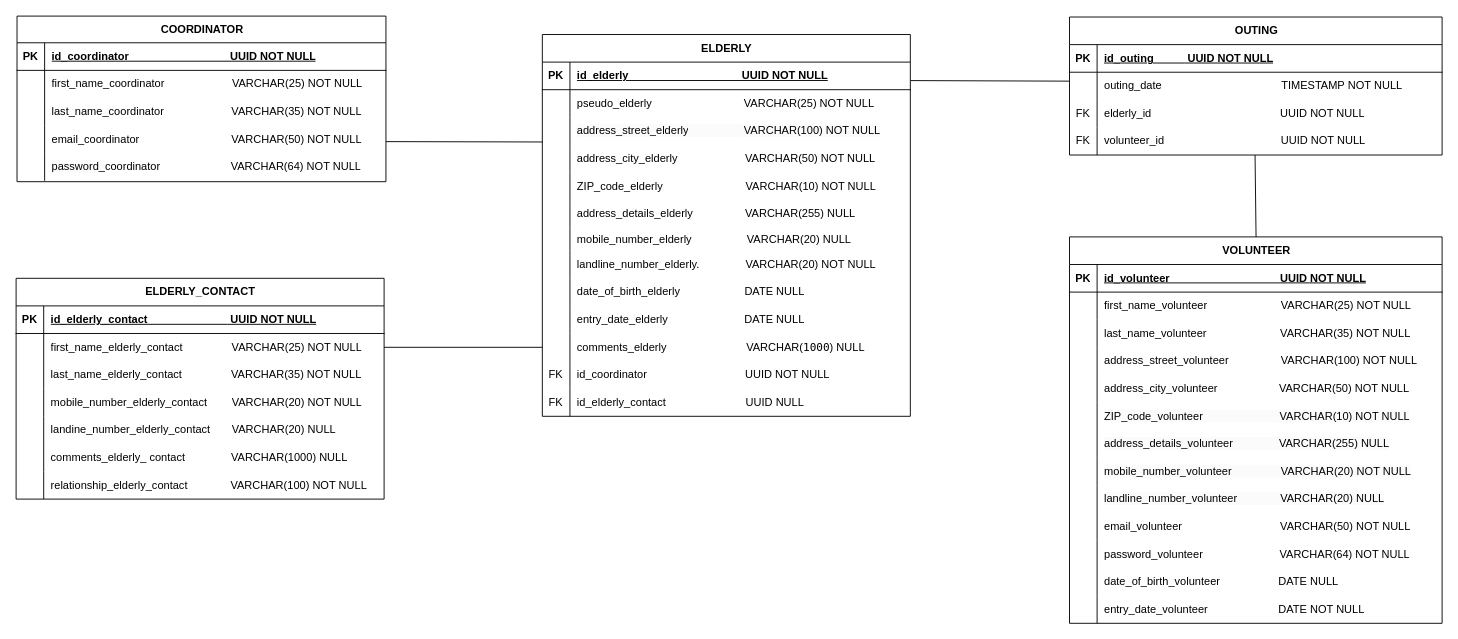
This is page "MPD_MaE" (3 of 4) of MCD_MaE.drawio from AnneGicquel/MCD_Marche_avec_Eliane, a draw.io file, before an edit. Source tidied: cells renumbered, new cells numbered last; positions are measured from the earlier drawing's top-left corner, leaving out a move shared by most shapes. Both pictures are drawn from the tidied source at 92%, with x=0, y=0 at pixel (16, 16).
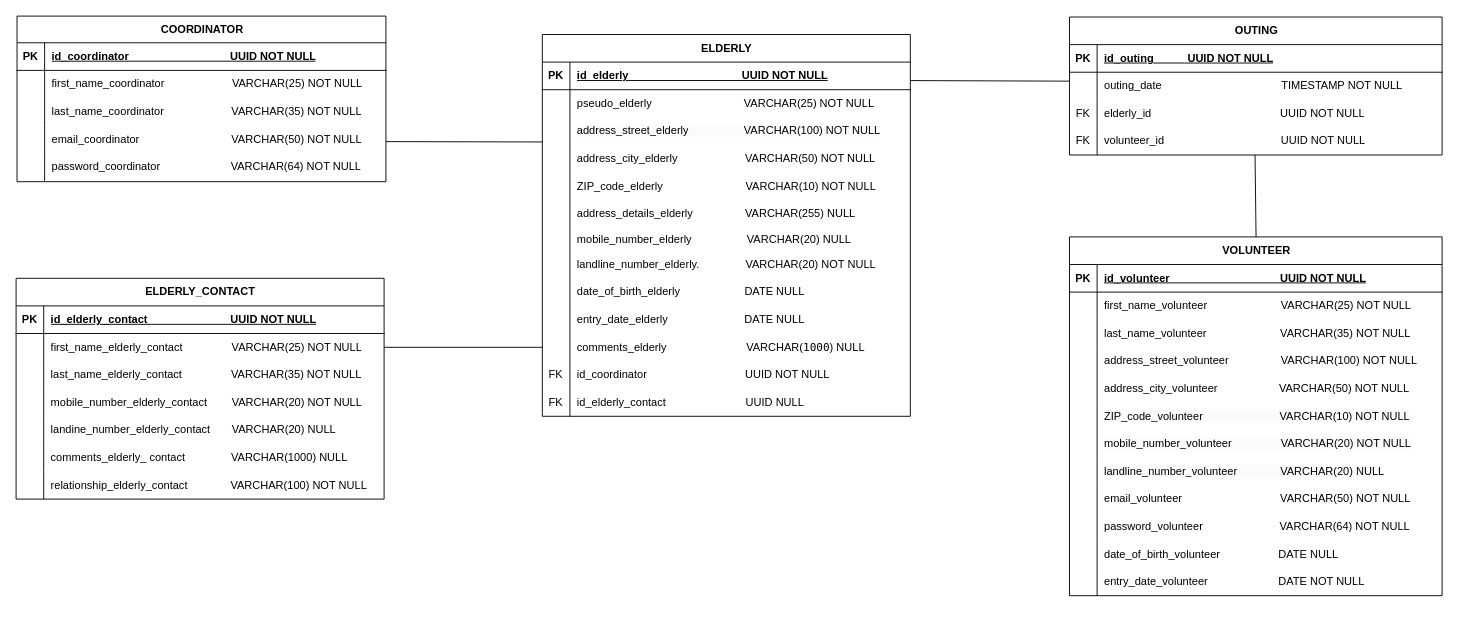
After the change.

Change to the diagram source:
```diff
@@
     <mxCell id="100" value="&lt;span style=&quot;text-align: left; text-wrap: wrap;&quot;&gt;VOLUNTEER&lt;/span&gt;" style="shape=table;startSize=30;childLayout=tableLayout;rowLines=0;fontStyle=1;align=center;html=1;" parent="1" vertex="1">
-      <mxGeometry x="1145" y="240" width="405" height="420" as="geometry" />
+      <mxGeometry x="1145" y="240" width="405" height="390" as="geometry" />
     </mxCell>
@@
-    <mxCell id="119" style="shape=tableRow;horizontal=0;startSize=0;swimlaneHead=0;swimlaneBody=0;fillColor=none;top=0;left=0;right=0;bottom=0;" parent="100" vertex="1">
-      <mxGeometry y="210" width="405" height="30" as="geometry" />
-    </mxCell>
-    <mxCell id="120" style="shape=partialRectangle;fillColor=none;top=0;left=0;bottom=0;right=0;overflow=hidden;whiteSpace=wrap;html=1;" parent="119" vertex="1">
-      <mxGeometry width="30" height="30" as="geometry" />
-    </mxCell>
-    <mxCell id="121" value="&lt;span style=&quot;color: rgb(0, 0, 0); font-family: Helvetica; font-size: 12px; font-style: normal; font-variant-ligatures: normal; font-variant-caps: normal; font-weight: 400; letter-spacing: normal; orphans: 2; text-align: left; text-indent: 0px; text-transform: none; widows: 2; word-spacing: 0px; -webkit-text-stroke-width: 0px; white-space: normal; background-color: rgb(251, 251, 251); text-decoration-thickness: initial; text-decoration-style: initial; text-decoration-color: initial; display: inline !important; float: none;&quot;&gt;address_details_volunteer&amp;nbsp; &amp;nbsp; &amp;nbsp; &amp;nbsp; &amp;nbsp; &amp;nbsp; &amp;nbsp; &amp;nbsp;VARCHAR(255) NULL&lt;/span&gt;" style="shape=partialRectangle;fillColor=none;top=0;left=0;bottom=0;right=0;align=left;spacingLeft=6;overflow=hidden;whiteSpace=wrap;html=1;" parent="119" vertex="1">
-      <mxGeometry x="30" width="375" height="30" as="geometry" />
-    </mxCell>
     <mxCell id="122" style="shape=tableRow;horizontal=0;startSize=0;swimlaneHead=0;swimlaneBody=0;fillColor=none;top=0;left=0;right=0;bottom=0;" parent="100" vertex="1">
-      <mxGeometry y="240" width="405" height="30" as="geometry" />
+      <mxGeometry y="210" width="405" height="30" as="geometry" />
     </mxCell>
@@
     <mxCell id="125" style="shape=tableRow;horizontal=0;startSize=0;swimlaneHead=0;swimlaneBody=0;fillColor=none;top=0;left=0;right=0;bottom=0;" parent="100" vertex="1">
-      <mxGeometry y="270" width="405" height="30" as="geometry" />
+      <mxGeometry y="240" width="405" height="30" as="geometry" />
     </mxCell>
@@
     <mxCell id="128" style="shape=tableRow;horizontal=0;startSize=0;swimlaneHead=0;swimlaneBody=0;fillColor=none;top=0;left=0;right=0;bottom=0;" parent="100" vertex="1">
-      <mxGeometry y="300" width="405" height="30" as="geometry" />
+      <mxGeometry y="270" width="405" height="30" as="geometry" />
     </mxCell>
@@
     <mxCell id="131" style="shape=tableRow;horizontal=0;startSize=0;swimlaneHead=0;swimlaneBody=0;fillColor=none;top=0;left=0;right=0;bottom=0;" parent="100" vertex="1">
-      <mxGeometry y="330" width="405" height="30" as="geometry" />
+      <mxGeometry y="300" width="405" height="30" as="geometry" />
     </mxCell>
@@
     <mxCell id="134" style="shape=tableRow;horizontal=0;startSize=0;swimlaneHead=0;swimlaneBody=0;fillColor=none;top=0;left=0;right=0;bottom=0;" parent="100" vertex="1">
-      <mxGeometry y="360" width="405" height="30" as="geometry" />
+      <mxGeometry y="330" width="405" height="30" as="geometry" />
     </mxCell>
@@
     <mxCell id="137" style="shape=tableRow;horizontal=0;startSize=0;swimlaneHead=0;swimlaneBody=0;fillColor=none;top=0;left=0;right=0;bottom=0;" parent="100" vertex="1">
-      <mxGeometry y="390" width="405" height="30" as="geometry" />
+      <mxGeometry y="360" width="405" height="30" as="geometry" />
     </mxCell>
```
